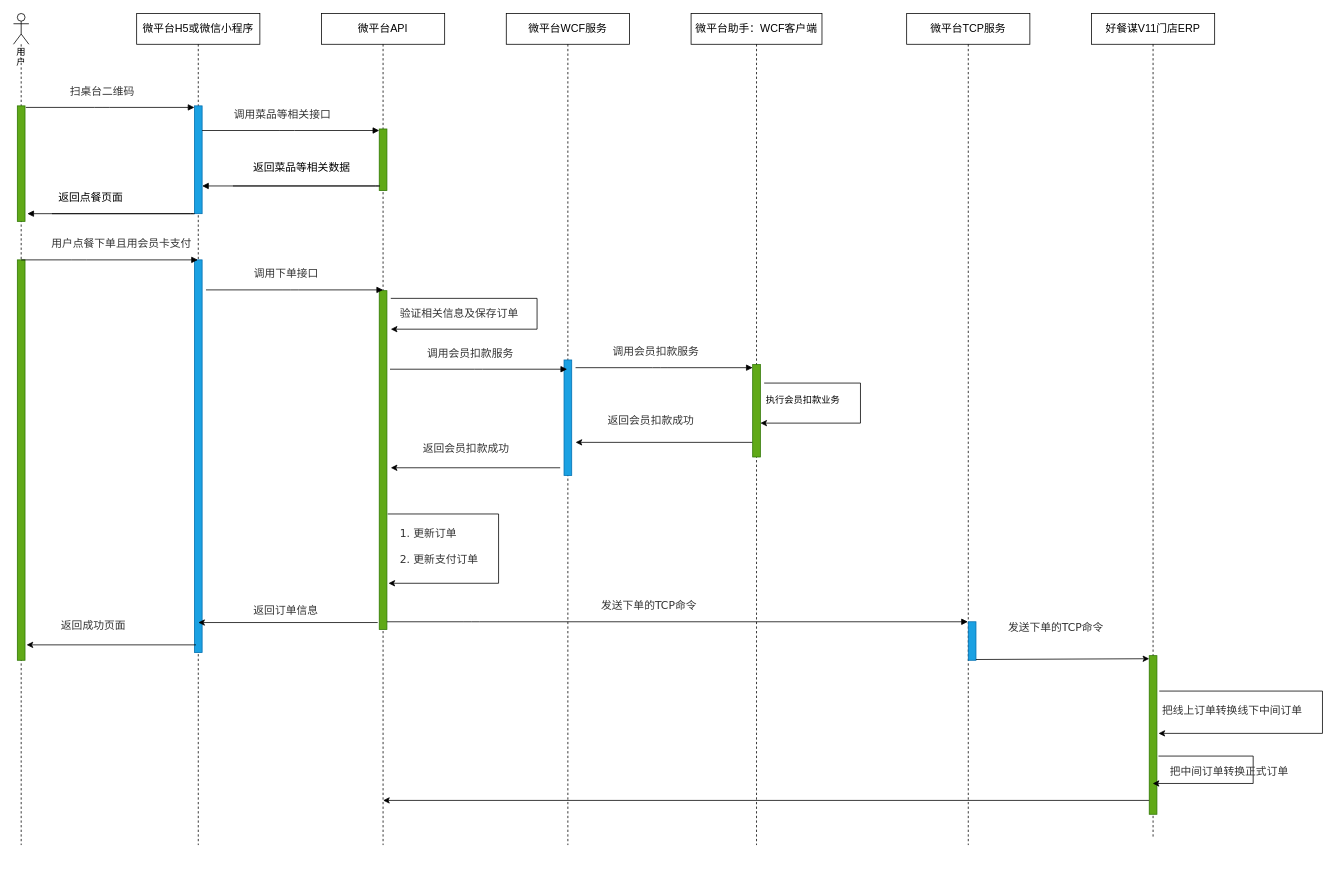
noobwu/diagrams keeps this draw.io diagram as Kemai/餐饮微平台扫码点餐顺序图.drawio. Above is the earlier version. Source tidied: cells renumbered, new cells numbered last; positions are measured from the earlier drawing's top-left corner, leaving out a move shared by most shapes. Both pictures are drawn from the tidied source at 77%, with x=0, y=0 at pixel (13, 13).
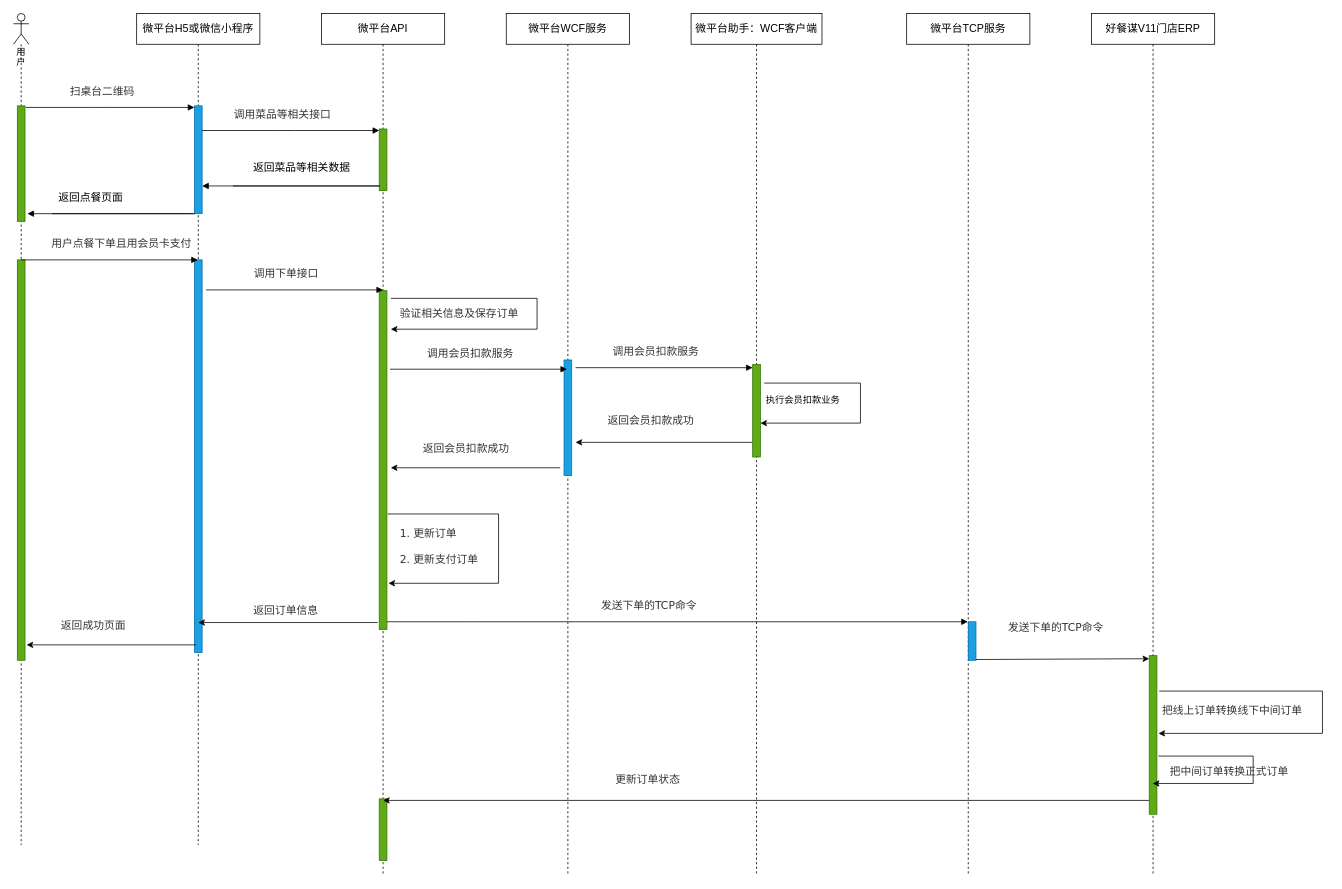
Above is the later version.

Commit message (it also covers changes not shown here):
更新餐饮微平台扫码点餐顺序图.drawio

Change to the diagram source:
```diff
@@
     <mxCell id="9" value="&lt;span style=&quot;font-size: 14px&quot;&gt;微平台API&lt;/span&gt;" style="shape=umlLifeline;perimeter=lifelinePerimeter;whiteSpace=wrap;html=1;" parent="1" vertex="1">
-      <mxGeometry x="400" width="160" height="1080" as="geometry" />
+      <mxGeometry x="400" width="160" height="1120" as="geometry" />
     </mxCell>
@@
+    <mxCell id="49" style="html=1;perimeter=orthogonalPerimeter;fillColor=#60a917;strokeColor=#2D7600;fontColor=#ffffff;" parent="9" vertex="1">
+      <mxGeometry x="75" y="1020" width="10" height="80" as="geometry" />
+    </mxCell>
@@
     <mxCell id="18" value="&lt;span style=&quot;font-size: 14px&quot;&gt;微平台WCF服务&lt;/span&gt;" style="shape=umlLifeline;perimeter=lifelinePerimeter;whiteSpace=wrap;html=1;" parent="1" vertex="1">
-      <mxGeometry x="640" width="160" height="1080" as="geometry" />
+      <mxGeometry x="640" width="160" height="1120" as="geometry" />
     </mxCell>
@@
     <mxCell id="20" value="&lt;span style=&quot;font-size: 14px&quot;&gt;微平台助手：WCF客户端&lt;/span&gt;" style="shape=umlLifeline;perimeter=lifelinePerimeter;whiteSpace=wrap;html=1;" parent="1" vertex="1">
-      <mxGeometry x="880" width="170" height="1080" as="geometry" />
+      <mxGeometry x="880" width="170" height="1120" as="geometry" />
     </mxCell>
@@
     <mxCell id="36" value="&lt;span style=&quot;font-size: 14px&quot;&gt;微平台TCP服务&lt;/span&gt;" style="shape=umlLifeline;perimeter=lifelinePerimeter;whiteSpace=wrap;html=1;outlineConnect=0;" parent="1" vertex="1">
-      <mxGeometry x="1160" width="160" height="1080" as="geometry" />
+      <mxGeometry x="1160" width="160" height="1120" as="geometry" />
     </mxCell>
@@
     <mxCell id="38" value="&lt;span style=&quot;font-size: 14px&quot;&gt;好餐谋V11门店ERP&lt;/span&gt;" style="shape=umlLifeline;perimeter=lifelinePerimeter;whiteSpace=wrap;html=1;outlineConnect=0;" parent="1" vertex="1">
-      <mxGeometry x="1400" width="160" height="1070" as="geometry" />
+      <mxGeometry x="1400" width="160" height="1120" as="geometry" />
     </mxCell>
@@
+    <mxCell id="50" value="&lt;font color=&quot;#333333&quot; face=&quot;verdana&quot;&gt;&lt;span style=&quot;font-size: 14px&quot;&gt;更新订单状态&lt;/span&gt;&lt;/font&gt;" style="text;whiteSpace=wrap;html=1;" parent="1" vertex="1">
+      <mxGeometry x="780" y="980" width="150" height="30" as="geometry" />
+    </mxCell>
```
